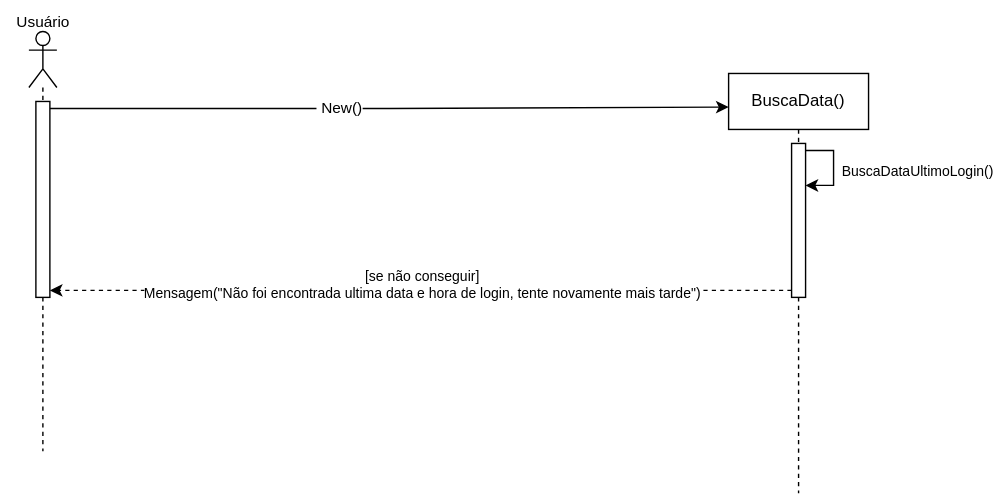
Earlier version of the draw.io export CScaso14.drawio.svg (JesCat16/Projeto01_Modelagem_De_Software). Source tidied: cells renumbered, new cells last; positions are measured from the earlier drawing's top-left corner, leaving out a move shared by most shapes.
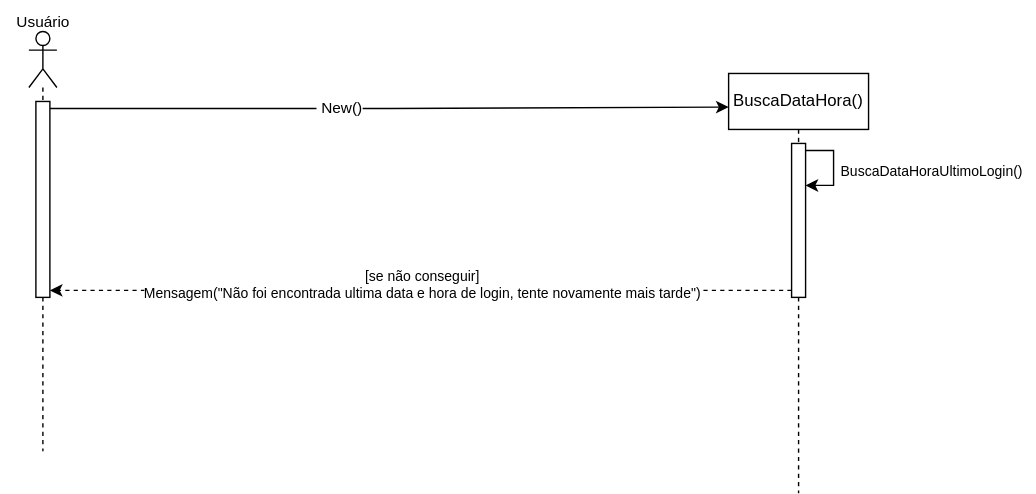
After the commit.

What changed in the source:
```diff
@@ -16,7 +16,7 @@
     <mxCell id="5" style="html=1;points=[[0,0,0,0,5],[0,1,0,0,-5],[1,0,0,0,5],[1,1,0,0,-5]];perimeter=orthogonalPerimeter;outlineConnect=0;targetShapes=umlLifeline;portConstraint=eastwest;newEdgeStyle={&quot;curved&quot;:0,&quot;rounded&quot;:0};" parent="2" vertex="1">
       <mxGeometry x="5" y="50" width="10" height="140" as="geometry" />
     </mxCell>
-    <mxCell id="6" value="BuscaData()" style="shape=umlLifeline;perimeter=lifelinePerimeter;whiteSpace=wrap;html=1;newEdgeStyle={&quot;curved&quot;:0,&quot;rounded&quot;:0};" parent="1" vertex="1">
+    <mxCell id="6" value="BuscaDataHora()" style="shape=umlLifeline;perimeter=lifelinePerimeter;whiteSpace=wrap;html=1;newEdgeStyle={&quot;curved&quot;:0,&quot;rounded&quot;:0};" parent="1" vertex="1">
       <mxGeometry x="520" y="52" width="100" height="300" as="geometry" />
     </mxCell>
     <mxCell id="7" style="html=1;points=[[0,0,0,0,5],[0,1,0,0,-5],[1,0,0,0,5],[1,1,0,0,-5]];perimeter=orthogonalPerimeter;outlineConnect=0;targetShapes=umlLifeline;portConstraint=eastwest;newEdgeStyle={&quot;curved&quot;:0,&quot;rounded&quot;:0};" parent="6" vertex="1">
@@ -30,8 +30,8 @@
         </Array>
       </mxGeometry>
     </mxCell>
-    <mxCell id="9" value="&lt;font style=&quot;font-size: 10px;&quot;&gt;BuscaDataUltimoLogin()&lt;/font&gt;" style="text;html=1;align=center;verticalAlign=middle;strokeColor=none;fillColor=none;" parent="1" vertex="1">
-      <mxGeometry x="590" y="107" width="130" height="30" as="geometry" />
+    <mxCell id="9" value="&lt;font style=&quot;font-size: 10px;&quot;&gt;BuscaDataHoraUltimoLogin()&lt;/font&gt;" style="text;html=1;align=center;verticalAlign=middle;strokeColor=none;fillColor=none;" parent="1" vertex="1">
+      <mxGeometry x="590" y="107" width="150" height="30" as="geometry" />
     </mxCell>
     <mxCell id="10" style="edgeStyle=orthogonalEdgeStyle;rounded=0;jettySize=auto;html=1;curved=0;exitX=0;exitY=1;exitDx=0;exitDy=-5;exitPerimeter=0;entryX=1;entryY=1;entryDx=0;entryDy=-5;entryPerimeter=0;dashed=1;" parent="1" edge="1" source="7" target="5">
       <mxGeometry relative="1" as="geometry" />
```
